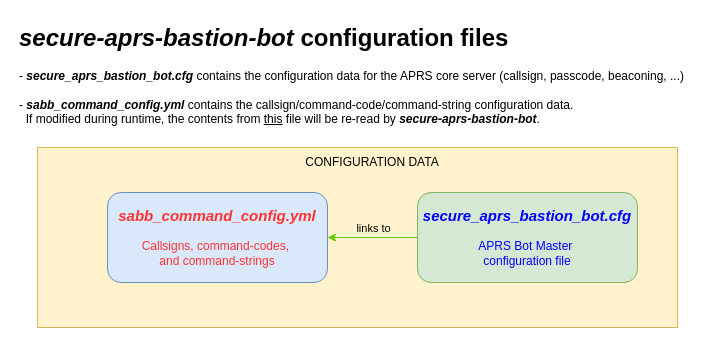
Above: img/sabb_config_files.drawio in joergschultzelutter/secure-aprs-bastion-bot (draw.io), before the change. Source tidied: cells renumbered, new cells numbered last; positions are measured from the earlier drawing's top-left corner, leaving out a move shared by most shapes. Both pictures are drawn from the tidied source at 100%, with x=0, y=0 at pixel (17, 17).
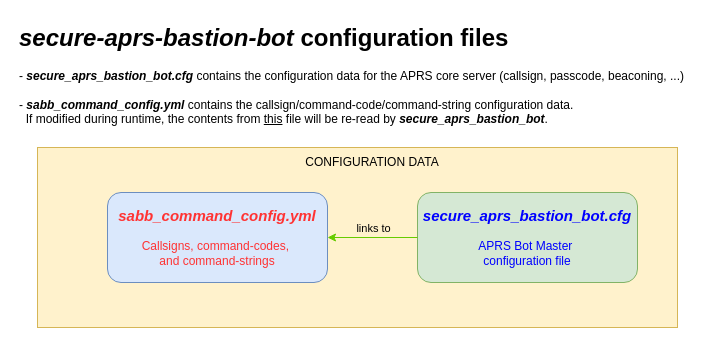
The same page after the edit.

Commit message (it also covers changes not shown here):
code refactoring

Diff of the diagram source:
```diff
@@
 <mxGraphModel>
   <root>
     <mxCell id="0" />
     <mxCell id="1" parent="0" />
-    <mxCell id="2" value="&lt;h1 style=&quot;margin-top: 0px;&quot;&gt;&lt;i&gt;secure-aprs-bastion-bot&lt;/i&gt; configuration files&lt;/h1&gt;&lt;div&gt;- &lt;b&gt;&lt;i&gt;secure_aprs_bastion_bot.cfg&lt;/i&gt;&lt;/b&gt; contains the configuration data for the APRS core server (callsign, passcode, beaconing, ...)&lt;/div&gt;&lt;div&gt;&lt;br&gt;&lt;/div&gt;&lt;div&gt;- &lt;b&gt;&lt;i&gt;sabb_command_config.yml&lt;/i&gt;&lt;/b&gt; contains the callsign/command-code/command-string configuration data.&amp;nbsp;&lt;/div&gt;&lt;div&gt;&amp;nbsp; If modified during runtime, the contents from &lt;u&gt;this&lt;/u&gt; file will be re-read by &lt;b&gt;&lt;i&gt;secure-aprs-bastion-bot&lt;/i&gt;&lt;/b&gt;.&lt;/div&gt;" style="text;html=1;whiteSpace=wrap;overflow=hidden;rounded=0;" parent="1" vertex="1">
+    <mxCell id="2" value="&lt;h1 style=&quot;margin-top: 0px;&quot;&gt;&lt;i&gt;secure-aprs-bastion-bot&lt;/i&gt; configuration files&lt;/h1&gt;&lt;div&gt;- &lt;b&gt;&lt;i&gt;secure_aprs_bastion_bot.cfg&lt;/i&gt;&lt;/b&gt; contains the configuration data for the APRS core server (callsign, passcode, beaconing, ...)&lt;/div&gt;&lt;div&gt;&lt;br&gt;&lt;/div&gt;&lt;div&gt;- &lt;b&gt;&lt;i&gt;sabb_command_config.yml&lt;/i&gt;&lt;/b&gt; contains the callsign/command-code/command-string configuration data.&amp;nbsp;&lt;/div&gt;&lt;div&gt;&amp;nbsp; If modified during runtime, the contents from &lt;u&gt;this&lt;/u&gt; file will be re-read by &lt;b&gt;&lt;i&gt;secure_aprs_bastion_bot&lt;/i&gt;&lt;/b&gt;.&lt;/div&gt;" style="text;html=1;whiteSpace=wrap;overflow=hidden;rounded=0;" parent="1" vertex="1">
       <mxGeometry width="690" height="120" as="geometry" />
     </mxCell>
     <mxCell id="3" style="group;" parent="1" vertex="1">
       <mxGeometry x="20" y="130" width="640" height="180" as="geometry" />
     </mxCell>
     <mxCell id="4" style="rounded=0;whiteSpace=wrap;html=1;fillColor=#fff2cc;strokeColor=#d6b656;" parent="3" vertex="1">
       <mxGeometry width="640" height="180" as="geometry" />
     </mxCell>
     <mxCell id="5" value="&lt;font style=&quot;font-size: 15px;&quot;&gt;&lt;b&gt;&lt;i&gt;sabb_command_config.yml&lt;/i&gt;&lt;/b&gt;&lt;/font&gt;&lt;div&gt;&lt;br&gt;&lt;/div&gt;&lt;div&gt;Callsigns, command-codes,&amp;nbsp;&lt;/div&gt;&lt;div&gt;and command-strings&lt;/div&gt;" style="rounded=1;whiteSpace=wrap;html=1;fillColor=#dae8fc;strokeColor=#6c8ebf;fontColor=#FF3333;" parent="3" vertex="1">
       <mxGeometry x="70" y="45" width="220" height="90" as="geometry" />
     </mxCell>
     <mxCell id="6" value="&lt;font style=&quot;font-size: 15px;&quot;&gt;&lt;b&gt;&lt;i&gt;secure_aprs_bastion_bot.cfg&lt;/i&gt;&lt;/b&gt;&lt;/font&gt;&lt;div&gt;&lt;br&gt;&lt;/div&gt;&lt;div&gt;APRS Bot Master&amp;nbsp;&lt;/div&gt;&lt;div&gt;configuration file&lt;/div&gt;" style="rounded=1;whiteSpace=wrap;html=1;fillColor=#d5e8d4;strokeColor=#82b366;fontColor=#0000FF;" parent="3" vertex="1">
       <mxGeometry x="380" y="45" width="220" height="90" as="geometry" />
     </mxCell>
     <mxCell id="7" style="edgeStyle=orthogonalEdgeStyle;rounded=0;orthogonalLoop=1;jettySize=auto;html=1;exitX=0.5;exitY=1;exitDx=0;exitDy=0;" parent="3" edge="1" source="4" target="4">
       <mxGeometry relative="1" as="geometry" />
     </mxCell>
     <mxCell id="8" style="endArrow=classic;html=1;rounded=0;entryX=1;entryY=0.5;entryDx=0;entryDy=0;exitX=0;exitY=0.5;exitDx=0;exitDy=0;fontColor=light-dark(#000000,#66CC00);strokeColor=#66CC00;" parent="3" edge="1" source="6" target="5">
       <mxGeometry relative="1" as="geometry" />
     </mxCell>
     <mxCell id="9" value="links to" style="edgeLabel;html=1;align=center;verticalAlign=middle;fontColor=#000000;labelBackgroundColor=none;" parent="8" vertex="1">
       <mxGeometry x="0.14" y="-3" relative="1" as="geometry">
         <mxPoint x="6" y="-7" as="offset" />
       </mxGeometry>
     </mxCell>
     <mxCell id="10" value="&lt;font style=&quot;color: rgb(0, 0, 0);&quot;&gt;CONFIGURATION DATA&lt;/font&gt;" style="text;html=1;whiteSpace=wrap;strokeColor=none;fillColor=none;align=center;verticalAlign=middle;rounded=0;fontColor=#000000;" parent="3" vertex="1">
       <mxGeometry x="200" width="270" height="30" as="geometry" />
     </mxCell>
   </root>
 </mxGraphModel>
```
